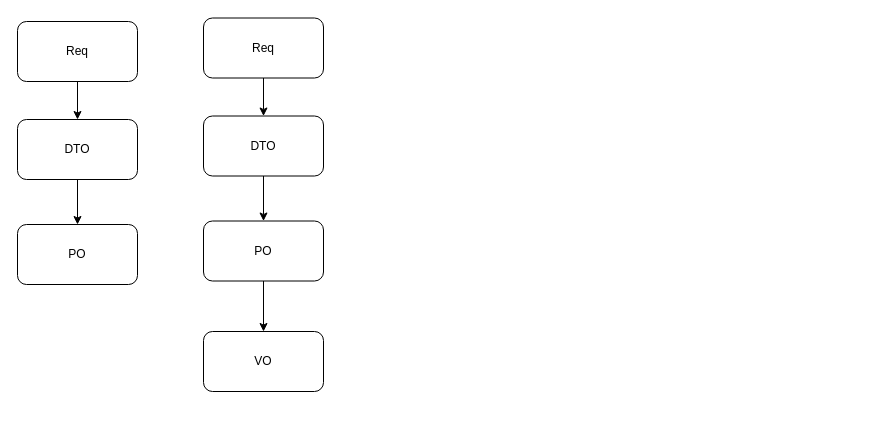
The draw.io diagram 实体转换.drawio in mingtian110/pc_home, before the edit. Source tidied: cells renumbered, new cells numbered last; positions are measured from the earlier drawing's top-left corner, leaving out a move shared by most shapes. Both pictures are drawn from the tidied source at 100%, with x=0, y=0 at pixel (17, 18).
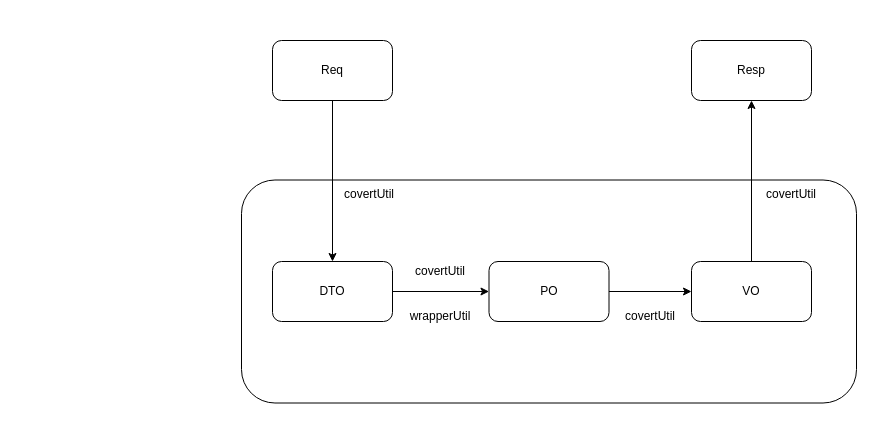
The same diagram, later.

Commit message:
更新实体转换.drawio

The edit, as a diff of the source:
```diff
@@
 <mxGraphModel>
   <root>
     <mxCell id="0" />
     <mxCell id="1" parent="0" />
-    <mxCell id="2" style="edgeStyle=orthogonalEdgeStyle;rounded=0;jettySize=auto;html=1;exitX=0.5;exitY=1;exitDx=0;exitDy=0;" parent="1" edge="1" source="3" target="5">
-      <mxGeometry relative="1" as="geometry" />
-    </mxCell>
-    <mxCell id="3" value="Req" style="rounded=1;whiteSpace=wrap;html=1;" parent="1" vertex="1">
-      <mxGeometry y="3" width="120" height="60" as="geometry" />
-    </mxCell>
-    <mxCell id="4" style="edgeStyle=orthogonalEdgeStyle;rounded=0;jettySize=auto;html=1;exitX=0.5;exitY=1;exitDx=0;exitDy=0;" parent="1" edge="1" source="5" target="6">
-      <mxGeometry relative="1" as="geometry" />
-    </mxCell>
-    <mxCell id="5" value="DTO" style="rounded=1;whiteSpace=wrap;html=1;" parent="1" vertex="1">
-      <mxGeometry y="101" width="120" height="60" as="geometry" />
-    </mxCell>
-    <mxCell id="6" value="PO" style="rounded=1;whiteSpace=wrap;html=1;" parent="1" vertex="1">
-      <mxGeometry y="206" width="120" height="60" as="geometry" />
-    </mxCell>
+    <mxCell id="14" style="rounded=1;whiteSpace=wrap;html=1;" parent="1" vertex="1">
+      <mxGeometry x="224" y="161.5" width="615" height="223" as="geometry" />
+    </mxCell>
     <mxCell id="7" style="edgeStyle=orthogonalEdgeStyle;rounded=0;jettySize=auto;html=1;exitX=0.5;exitY=1;exitDx=0;exitDy=0;" parent="1" edge="1" source="8" target="10">
       <mxGeometry relative="1" as="geometry" />
     </mxCell>
     <mxCell id="8" value="Req" style="rounded=1;whiteSpace=wrap;html=1;" parent="1" vertex="1">
-      <mxGeometry x="186" y="-0.5" width="120" height="60" as="geometry" />
+      <mxGeometry x="255" y="22" width="120" height="60" as="geometry" />
     </mxCell>
-    <mxCell id="9" style="edgeStyle=orthogonalEdgeStyle;rounded=0;jettySize=auto;html=1;exitX=0.5;exitY=1;exitDx=0;exitDy=0;" parent="1" edge="1" source="10" target="12">
+    <mxCell id="9" style="edgeStyle=orthogonalEdgeStyle;rounded=0;jettySize=auto;html=1;exitX=1;exitY=0.5;exitDx=0;exitDy=0;" parent="1" edge="1" source="10" target="12">
       <mxGeometry relative="1" as="geometry" />
     </mxCell>
     <mxCell id="10" value="DTO" style="rounded=1;whiteSpace=wrap;html=1;" parent="1" vertex="1">
-      <mxGeometry x="186" y="97.5" width="120" height="60" as="geometry" />
+      <mxGeometry x="255" y="243" width="120" height="60" as="geometry" />
     </mxCell>
-    <mxCell id="11" style="edgeStyle=orthogonalEdgeStyle;rounded=0;jettySize=auto;html=1;exitX=0.5;exitY=1;exitDx=0;exitDy=0;" parent="1" edge="1" source="12" target="13">
+    <mxCell id="11" style="edgeStyle=orthogonalEdgeStyle;rounded=0;jettySize=auto;html=1;exitX=1;exitY=0.5;exitDx=0;exitDy=0;entryX=0;entryY=0.5;entryDx=0;entryDy=0;" parent="1" edge="1" source="12" target="13">
       <mxGeometry relative="1" as="geometry" />
     </mxCell>
     <mxCell id="12" value="PO" style="rounded=1;whiteSpace=wrap;html=1;" parent="1" vertex="1">
-      <mxGeometry x="186" y="202.5" width="120" height="60" as="geometry" />
+      <mxGeometry x="471.5" y="243" width="120" height="60" as="geometry" />
     </mxCell>
+    <mxCell id="15" style="edgeStyle=orthogonalEdgeStyle;rounded=0;jettySize=auto;html=1;exitX=0.5;exitY=0;exitDx=0;exitDy=0;entryX=0.5;entryY=1;entryDx=0;entryDy=0;" parent="1" edge="1" source="13" target="18">
+      <mxGeometry relative="1" as="geometry" />
+    </mxCell>
     <mxCell id="13" value="VO" style="rounded=1;whiteSpace=wrap;html=1;" parent="1" vertex="1">
-      <mxGeometry x="186" y="313" width="120" height="60" as="geometry" />
+      <mxGeometry x="674" y="243" width="120" height="60" as="geometry" />
     </mxCell>
+    <mxCell id="16" value="covertUtil" style="text;html=1;strokeColor=none;fillColor=none;align=center;verticalAlign=middle;whiteSpace=wrap;rounded=0;" parent="1" vertex="1">
+      <mxGeometry x="613" y="288" width="40" height="20" as="geometry" />
+    </mxCell>
+    <mxCell id="17" value="wrapperUtil" style="text;html=1;strokeColor=none;fillColor=none;align=center;verticalAlign=middle;whiteSpace=wrap;rounded=0;" parent="1" vertex="1">
+      <mxGeometry x="403" y="288" width="40" height="20" as="geometry" />
+    </mxCell>
+    <mxCell id="18" value="Resp" style="rounded=1;whiteSpace=wrap;html=1;" parent="1" vertex="1">
+      <mxGeometry x="674" y="22" width="120" height="60" as="geometry" />
+    </mxCell>
+    <mxCell id="19" value="covertUtil" style="text;html=1;strokeColor=none;fillColor=none;align=center;verticalAlign=middle;whiteSpace=wrap;rounded=0;" parent="1" vertex="1">
+      <mxGeometry x="332" y="166" width="40" height="20" as="geometry" />
+    </mxCell>
+    <mxCell id="20" value="covertUtil" style="text;html=1;strokeColor=none;fillColor=none;align=center;verticalAlign=middle;whiteSpace=wrap;rounded=0;" parent="1" vertex="1">
+      <mxGeometry x="754" y="166" width="40" height="20" as="geometry" />
+    </mxCell>
+    <mxCell id="21" value="covertUtil" style="text;html=1;strokeColor=none;fillColor=none;align=center;verticalAlign=middle;whiteSpace=wrap;rounded=0;" parent="1" vertex="1">
+      <mxGeometry x="403" y="243" width="40" height="20" as="geometry" />
+    </mxCell>
   </root>
 </mxGraphModel>
```
